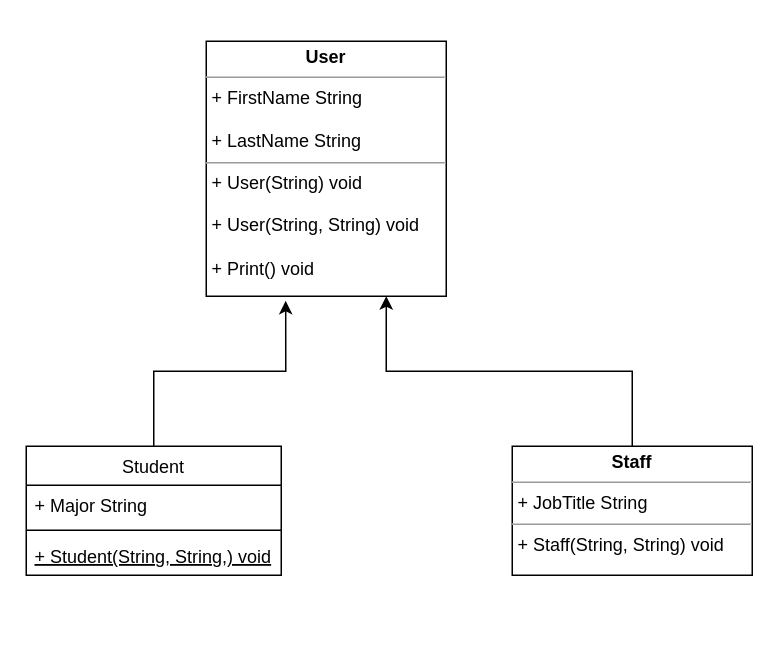
Before: ClassChart.drawio in TrevorEngland23/week4-Monday, a draw.io diagram. Source tidied: cells renumbered, new cells numbered last; positions are measured from the earlier drawing's top-left corner, leaving out a move shared by most shapes. Both pictures are drawn from the tidied source at 150%, with x=0, y=0 at pixel (26, 40).
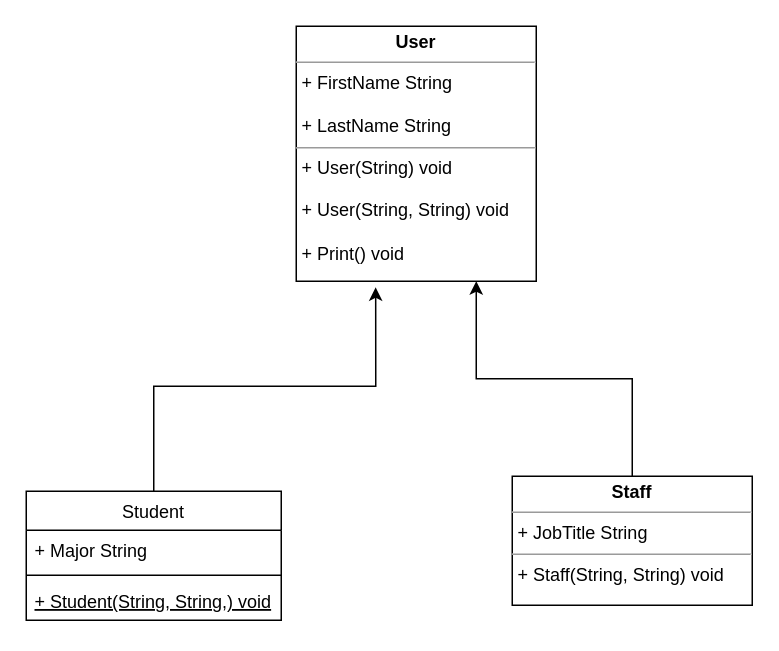
The same diagram, later.

Change to the diagram source:
```diff
@@
 <mxGraphModel>
   <root>
     <mxCell id="0" />
     <mxCell id="1" parent="0" />
     <mxCell id="2" value="Student" style="swimlane;fontStyle=0;align=center;verticalAlign=top;horizontal=1;startSize=26;rounded=0;shadow=0;strokeWidth=1;" parent="1" vertex="1">
-      <mxGeometry y="270" width="170" height="86" as="geometry" />
+      <mxGeometry y="300" width="170" height="86" as="geometry" />
     </mxCell>
     <mxCell id="3" value="+ Major String" style="text;align=left;verticalAlign=top;spacingLeft=4;spacingRight=4;overflow=hidden;" parent="2" vertex="1">
       <mxGeometry y="26" width="170" height="26" as="geometry" />
     </mxCell>
     <mxCell id="4" style="line;html=1;strokeWidth=1;align=left;verticalAlign=middle;spacingTop=-1;spacingLeft=3;spacingRight=3;labelPosition=right;" parent="2" vertex="1">
       <mxGeometry y="52" width="170" height="8" as="geometry" />
     </mxCell>
     <mxCell id="5" value="+ Student(String, String,) void" style="text;align=left;verticalAlign=top;spacingLeft=4;spacingRight=4;overflow=hidden;fontStyle=4;" parent="2" vertex="1">
       <mxGeometry y="60" width="170" height="26" as="geometry" />
     </mxCell>
     <mxCell id="6" value="&lt;p style=&quot;margin:0px;margin-top:4px;text-align:center;&quot;&gt;&lt;b&gt;User&lt;/b&gt;&lt;/p&gt;&lt;hr size=&quot;1&quot;&gt;&lt;p style=&quot;margin:0px;margin-left:4px;&quot;&gt;+ FirstName String&lt;/p&gt;&lt;p style=&quot;margin:0px;margin-left:4px;&quot;&gt;&lt;br&gt;&lt;/p&gt;&lt;p style=&quot;margin:0px;margin-left:4px;&quot;&gt;+ LastName String&lt;/p&gt;&lt;hr size=&quot;1&quot;&gt;&lt;p style=&quot;margin:0px;margin-left:4px;&quot;&gt;+ User(String) void&lt;/p&gt;&lt;p style=&quot;margin:0px;margin-left:4px;&quot;&gt;&lt;br&gt;&lt;/p&gt;&lt;p style=&quot;margin:0px;margin-left:4px;&quot;&gt;+ User(String, String) void&lt;/p&gt;&lt;p style=&quot;margin:0px;margin-left:4px;&quot;&gt;&lt;br&gt;&lt;/p&gt;&lt;p style=&quot;margin:0px;margin-left:4px;&quot;&gt;+ Print() void&lt;/p&gt;" style="verticalAlign=top;align=left;overflow=fill;fontSize=12;fontFamily=Helvetica;html=1;whiteSpace=wrap;" parent="1" vertex="1">
-      <mxGeometry x="120" width="160" height="170" as="geometry" />
+      <mxGeometry x="180" y="-10" width="160" height="170" as="geometry" />
     </mxCell>
     <mxCell id="7" style="edgeStyle=orthogonalEdgeStyle;rounded=0;jettySize=auto;html=1;exitX=0.5;exitY=0;exitDx=0;exitDy=0;entryX=0.75;entryY=1;entryDx=0;entryDy=0;" parent="1" edge="1" source="8" target="6">
       <mxGeometry relative="1" as="geometry" />
     </mxCell>
     <mxCell id="8" value="&lt;p style=&quot;margin:0px;margin-top:4px;text-align:center;&quot;&gt;&lt;b&gt;Staff&lt;/b&gt;&lt;/p&gt;&lt;hr size=&quot;1&quot;&gt;&lt;p style=&quot;margin:0px;margin-left:4px;&quot;&gt;+ JobTitle String&lt;/p&gt;&lt;hr size=&quot;1&quot;&gt;&lt;p style=&quot;margin:0px;margin-left:4px;&quot;&gt;+ Staff(String, String) void&lt;/p&gt;" style="verticalAlign=top;align=left;overflow=fill;fontSize=12;fontFamily=Helvetica;html=1;whiteSpace=wrap;" parent="1" vertex="1">
-      <mxGeometry x="324" y="270" width="160" height="86" as="geometry" />
+      <mxGeometry x="324" y="290" width="160" height="86" as="geometry" />
     </mxCell>
-    <mxCell id="9" style="edgeStyle=orthogonalEdgeStyle;rounded=0;jettySize=auto;html=1;entryX=0.331;entryY=1.018;entryDx=0;entryDy=0;entryPerimeter=0;" parent="1" edge="1" source="2" target="6">
+    <mxCell id="9" style="edgeStyle=orthogonalEdgeStyle;rounded=0;jettySize=auto;html=1;exitX=0.5;exitY=0;exitDx=0;exitDy=0;entryX=0.331;entryY=1.024;entryDx=0;entryDy=0;entryPerimeter=0;" parent="1" edge="1" source="2" target="6">
       <mxGeometry relative="1" as="geometry" />
     </mxCell>
   </root>
 </mxGraphModel>
```
